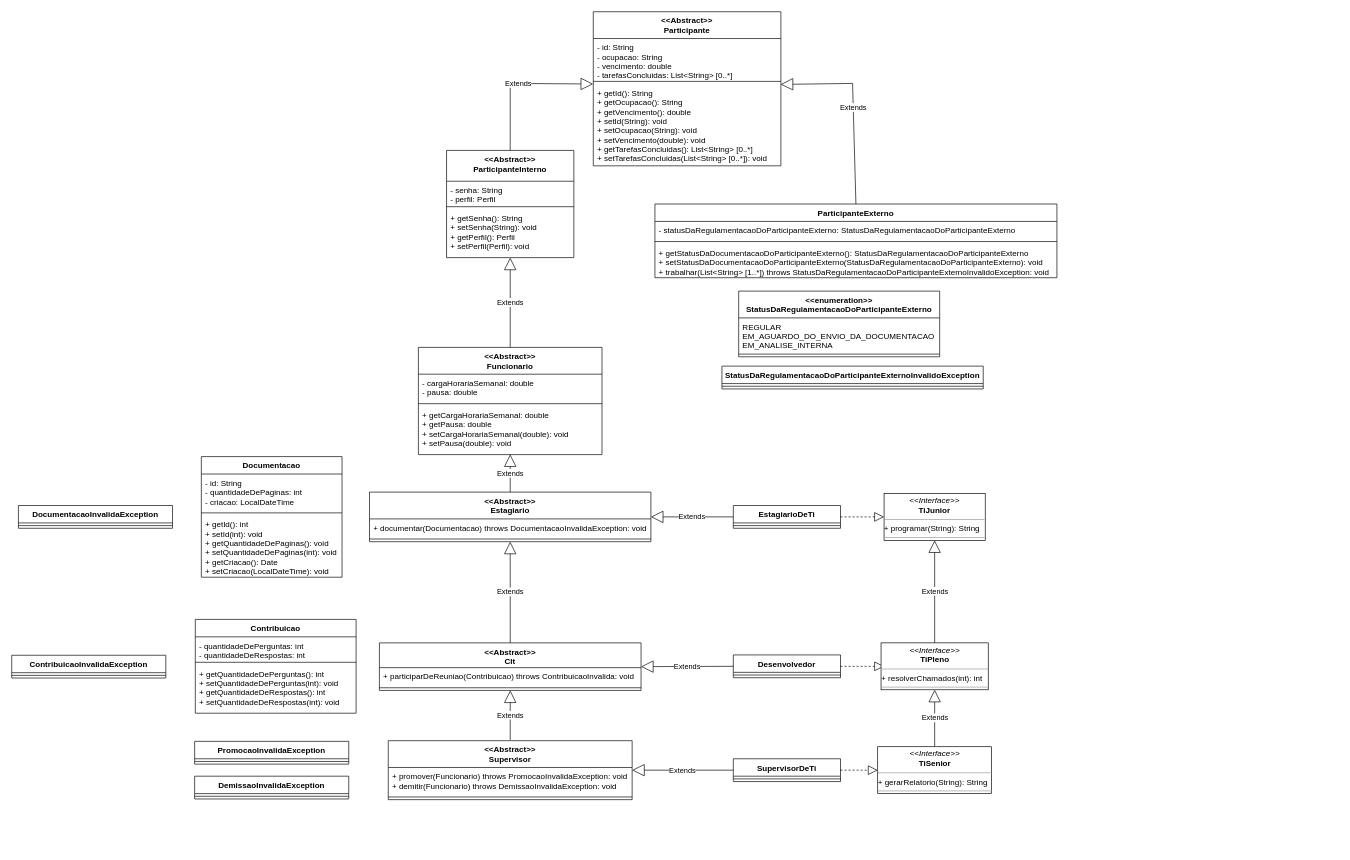
Above: erp.drawio in andre-alck/erp (draw.io), before the change. Source tidied: cells renumbered, new cells numbered last; positions are measured from the earlier drawing's top-left corner, leaving out a move shared by most shapes. Both pictures are drawn from the tidied source at 67%, with x=0, y=0 at pixel (11, 11).
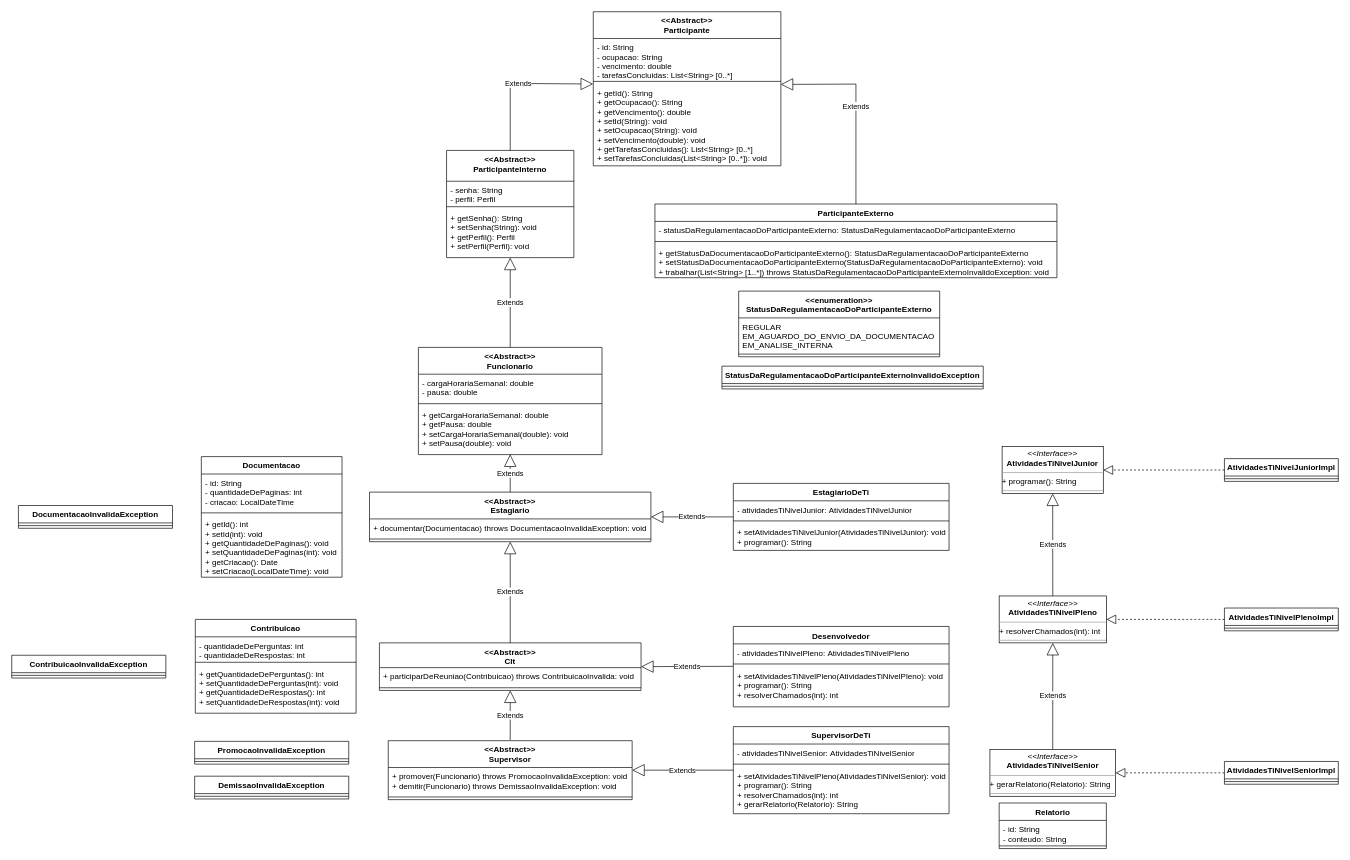
The same page after the edit.

Commit message (it also covers changes not shown here):
docs: update diagrama de classes; add design pattern strategy

Unchanged cells that the change refers to:
```xml
<mxCell id="6" value="+ getId(): String&#10;+ getOcupacao(): String&#10;+ getVencimento(): double&#10;+ setId(String): void&#10;+ setOcupacao(String): void&#10;+ setVencimento(double): void&#10;+ getTarefasConcluidas(): List&lt;String&gt; [0..*]&#10;+ setTarefasConcluidas(List&lt;String&gt; [0..*]): void" style="text;strokeColor=none;fillColor=none;align=left;verticalAlign=top;spacingLeft=4;spacingRight=4;overflow=hidden;points=[[0,0.5],[1,0.5]];portConstraint=eastwest;" parent="3" vertex="1">
  <mxGeometry y="108" width="280" height="122" as="geometry" />
</mxCell>
<mxCell id="19" value="ParticipanteExterno" style="swimlane;fontStyle=1;align=center;verticalAlign=top;horizontal=1;startSize=26;" parent="1" vertex="1">
  <mxGeometry x="960" y="287" width="600" height="110" as="geometry" />
</mxCell>
<mxCell id="26" value="&lt;&lt;Abstract&gt;&gt;&#10;Estagiario" style="swimlane;fontStyle=1;align=center;verticalAlign=top;horizontal=1;startSize=40;" parent="1" vertex="1">
  <mxGeometry x="534" y="717" width="420" height="74" as="geometry" />
</mxCell>
<mxCell id="42" value="&lt;&lt;Abstract&gt;&gt;&#10;Clt" style="swimlane;fontStyle=1;align=center;verticalAlign=top;horizontal=1;startSize=37;" parent="1" vertex="1">
  <mxGeometry x="548.8" y="942" width="390.5" height="71" as="geometry" />
</mxCell>
<mxCell id="47" value="&lt;&lt;Abstract&gt;&gt;&#10;Supervisor" style="swimlane;fontStyle=1;align=center;verticalAlign=top;horizontal=1;startSize=40;" parent="1" vertex="1">
  <mxGeometry x="562" y="1088" width="364" height="88" as="geometry" />
</mxCell>
```

What changed in the source:
```diff
@@
-    <mxCell id="2" parent="1" vertex="1">
-      <mxGeometry x="926.5" y="577" as="geometry" />
-    </mxCell>
@@
-    <mxCell id="30" value="EstagiarioDeTi" style="swimlane;fontStyle=1;align=center;verticalAlign=top;horizontal=1;startSize=26;" parent="1" vertex="1">
-      <mxGeometry x="1077" y="737" width="160" height="34" as="geometry" />
-    </mxCell>
-    <mxCell id="31" style="line;strokeWidth=1;fillColor=none;align=left;verticalAlign=middle;spacingTop=-1;spacingLeft=3;spacingRight=3;labelPosition=right;strokeColor=inherit;" parent="30" vertex="1">
-      <mxGeometry y="26" width="160" height="8" as="geometry" />
-    </mxCell>
-    <mxCell id="32" value="Extends" style="endArrow=block;endSize=16;endFill=0;html=1;rounded=0;exitX=0;exitY=0.5;exitDx=0;exitDy=0;entryX=1;entryY=0.5;entryDx=0;entryDy=0;" parent="1" edge="1" source="30" target="26">
-      <mxGeometry relative="1" as="geometry" />
+    <mxCell id="32" value="Extends" style="endArrow=block;endSize=16;endFill=0;html=1;rounded=0;exitX=0;exitY=0.5;exitDx=0;exitDy=0;entryX=1;entryY=0.5;entryDx=0;entryDy=0;" parent="1" edge="1" target="26">
+      <mxGeometry relative="1" as="geometry">
+        <mxPoint x="1077" y="754" as="sourcePoint" />
+      </mxGeometry>
     </mxCell>
-    <mxCell id="33" value="Desenvolvedor" style="swimlane;fontStyle=1;align=center;verticalAlign=top;horizontal=1;startSize=26;" parent="1" vertex="1">
-      <mxGeometry x="1077" y="960" width="160" height="34" as="geometry" />
-    </mxCell>
-    <mxCell id="34" style="line;strokeWidth=1;fillColor=none;align=left;verticalAlign=middle;spacingTop=-1;spacingLeft=3;spacingRight=3;labelPosition=right;strokeColor=inherit;" parent="33" vertex="1">
-      <mxGeometry y="26" width="160" height="8" as="geometry" />
-    </mxCell>
-    <mxCell id="35" style="endArrow=block;dashed=1;endFill=0;endSize=12;html=1;rounded=0;exitX=1;exitY=0.5;exitDx=0;exitDy=0;entryX=0;entryY=0.5;entryDx=0;entryDy=0;" parent="1" edge="1" source="33">
-      <mxGeometry relative="1" as="geometry">
-        <mxPoint x="1302" y="977" as="targetPoint" />
-      </mxGeometry>
-    </mxCell>
-    <mxCell id="36" value="SupervisorDeTi" style="swimlane;fontStyle=1;align=center;verticalAlign=top;horizontal=1;startSize=26;" parent="1" vertex="1">
-      <mxGeometry x="1077" y="1115" width="160" height="34" as="geometry" />
-    </mxCell>
-    <mxCell id="37" style="line;strokeWidth=1;fillColor=none;align=left;verticalAlign=middle;spacingTop=-1;spacingLeft=3;spacingRight=3;labelPosition=right;strokeColor=inherit;" parent="36" vertex="1">
-      <mxGeometry y="26" width="160" height="8" as="geometry" />
-    </mxCell>
@@
-    <mxCell id="50" value="&lt;p style=&quot;margin:0px;margin-top:4px;text-align:center;&quot;&gt;&lt;i&gt;&amp;lt;&amp;lt;Interface&amp;gt;&amp;gt;&lt;/i&gt;&lt;br&gt;&lt;b style=&quot;border-color: var(--border-color);&quot;&gt;TiJunior&lt;/b&gt;&lt;br&gt;&lt;/p&gt;&lt;hr size=&quot;1&quot;&gt;+ programar(String): String&lt;br&gt;&lt;hr size=&quot;1&quot;&gt;&lt;p style=&quot;margin:0px;margin-left:4px;&quot;&gt;&lt;br&gt;&lt;/p&gt;" style="verticalAlign=top;align=left;overflow=fill;fontSize=12;fontFamily=Helvetica;html=1;" parent="1" vertex="1">
-      <mxGeometry x="1302" y="719" width="151" height="70" as="geometry" />
+    <mxCell id="50" value="&lt;p style=&quot;margin:0px;margin-top:4px;text-align:center;&quot;&gt;&lt;i&gt;&amp;lt;&amp;lt;Interface&amp;gt;&amp;gt;&lt;/i&gt;&lt;br&gt;&lt;b style=&quot;border-color: var(--border-color);&quot;&gt;AtividadesTiNivelJunior&lt;/b&gt;&lt;br&gt;&lt;/p&gt;&lt;hr size=&quot;1&quot;&gt;+ programar(): String&lt;br&gt;&lt;hr size=&quot;1&quot;&gt;&lt;p style=&quot;margin:0px;margin-left:4px;&quot;&gt;&lt;br&gt;&lt;/p&gt;" style="verticalAlign=top;align=left;overflow=fill;fontSize=12;fontFamily=Helvetica;html=1;" parent="1" vertex="1">
+      <mxGeometry x="1478.2" y="649" width="151" height="70" as="geometry" />
     </mxCell>
-    <mxCell id="51" style="endArrow=block;dashed=1;endFill=0;endSize=12;html=1;rounded=0;exitX=1;exitY=0.5;exitDx=0;exitDy=0;entryX=0;entryY=0.5;entryDx=0;entryDy=0;" parent="1" edge="1" source="30" target="50">
-      <mxGeometry relative="1" as="geometry" />
-    </mxCell>
-    <mxCell id="52" value="&lt;p style=&quot;margin:0px;margin-top:4px;text-align:center;&quot;&gt;&lt;i&gt;&amp;lt;&amp;lt;Interface&amp;gt;&amp;gt;&lt;/i&gt;&lt;br&gt;&lt;b style=&quot;border-color: var(--border-color);&quot;&gt;TiPleno&lt;/b&gt;&lt;br&gt;&lt;/p&gt;&lt;hr size=&quot;1&quot;&gt;+ resolverChamados(int): int&lt;br&gt;&lt;hr size=&quot;1&quot;&gt;&lt;p style=&quot;margin:0px;margin-left:4px;&quot;&gt;&lt;br&gt;&lt;/p&gt;" style="verticalAlign=top;align=left;overflow=fill;fontSize=12;fontFamily=Helvetica;html=1;" parent="1" vertex="1">
-      <mxGeometry x="1297.5" y="942" width="160" height="70" as="geometry" />
+    <mxCell id="52" value="&lt;p style=&quot;margin:0px;margin-top:4px;text-align:center;&quot;&gt;&lt;i&gt;&amp;lt;&amp;lt;Interface&amp;gt;&amp;gt;&lt;/i&gt;&lt;br&gt;&lt;b style=&quot;border-color: var(--border-color);&quot;&gt;AtividadesTiNivelPleno&lt;/b&gt;&lt;br&gt;&lt;/p&gt;&lt;hr size=&quot;1&quot;&gt;+ resolverChamados(int): int&lt;br&gt;&lt;hr size=&quot;1&quot;&gt;&lt;p style=&quot;margin:0px;margin-left:4px;&quot;&gt;&lt;br&gt;&lt;/p&gt;" style="verticalAlign=top;align=left;overflow=fill;fontSize=12;fontFamily=Helvetica;html=1;" parent="1" vertex="1">
+      <mxGeometry x="1473.8" y="872" width="160" height="70" as="geometry" />
     </mxCell>
-    <mxCell id="53" value="&lt;p style=&quot;margin:0px;margin-top:4px;text-align:center;&quot;&gt;&lt;i&gt;&amp;lt;&amp;lt;Interface&amp;gt;&amp;gt;&lt;/i&gt;&lt;br&gt;&lt;b style=&quot;border-color: var(--border-color);&quot;&gt;TiSenior&lt;/b&gt;&lt;br&gt;&lt;/p&gt;&lt;hr size=&quot;1&quot;&gt;+ gerarRelatorio(String): String&lt;br&gt;&lt;hr size=&quot;1&quot;&gt;&lt;p style=&quot;margin:0px;margin-left:4px;&quot;&gt;&lt;br&gt;&lt;/p&gt;" style="verticalAlign=top;align=left;overflow=fill;fontSize=12;fontFamily=Helvetica;html=1;" parent="1" vertex="1">
-      <mxGeometry x="1292.5" y="1097" width="170" height="70" as="geometry" />
+    <mxCell id="53" value="&lt;p style=&quot;margin:0px;margin-top:4px;text-align:center;&quot;&gt;&lt;i&gt;&amp;lt;&amp;lt;Interface&amp;gt;&amp;gt;&lt;/i&gt;&lt;br&gt;&lt;b style=&quot;border-color: var(--border-color);&quot;&gt;AtividadesTiNivelSenior&lt;/b&gt;&lt;br&gt;&lt;/p&gt;&lt;hr size=&quot;1&quot;&gt;+ gerarRelatorio(Relatorio): String&lt;br&gt;&lt;hr size=&quot;1&quot;&gt;&lt;p style=&quot;margin:0px;margin-left:4px;&quot;&gt;&lt;br&gt;&lt;/p&gt;" style="verticalAlign=top;align=left;overflow=fill;fontSize=12;fontFamily=Helvetica;html=1;" parent="1" vertex="1">
+      <mxGeometry x="1460" y="1101" width="187.5" height="70" as="geometry" />
     </mxCell>
-    <mxCell id="54" style="endArrow=block;dashed=1;endFill=0;endSize=12;html=1;rounded=0;exitX=1;exitY=0.5;exitDx=0;exitDy=0;entryX=0;entryY=0.5;entryDx=0;entryDy=0;" parent="1" edge="1" source="36" target="53">
-      <mxGeometry relative="1" as="geometry" />
-    </mxCell>
@@
-    <mxCell id="59" value="Extends" style="endArrow=block;endSize=16;endFill=0;html=1;rounded=0;entryX=1;entryY=0.5;entryDx=0;entryDy=0;exitX=0;exitY=0.5;exitDx=0;exitDy=0;" parent="1" edge="1" source="33" target="42">
-      <mxGeometry relative="1" as="geometry" />
+    <mxCell id="59" value="Extends" style="endArrow=block;endSize=16;endFill=0;html=1;rounded=0;entryX=1;entryY=0.5;entryDx=0;entryDy=0;exitX=0;exitY=0.5;exitDx=0;exitDy=0;" parent="1" edge="1" target="42">
+      <mxGeometry relative="1" as="geometry">
+        <mxPoint x="1077" y="977" as="sourcePoint" />
+      </mxGeometry>
     </mxCell>
@@
     <mxCell id="62" value="Extends" style="endArrow=block;endSize=16;endFill=0;html=1;rounded=0;exitX=0.5;exitY=0;exitDx=0;exitDy=0;entryX=0.999;entryY=0.004;entryDx=0;entryDy=0;entryPerimeter=0;" parent="1" edge="1" source="19" target="6">
       <mxGeometry relative="1" as="geometry">
         <Array as="points">
-          <mxPoint x="1255" y="107" />
+          <mxPoint x="1260" y="108" />
         </Array>
       </mxGeometry>
     </mxCell>
@@
-    <mxCell id="69" value="Extends" style="endArrow=block;endSize=16;endFill=0;html=1;rounded=0;exitX=0;exitY=0.5;exitDx=0;exitDy=0;entryX=1;entryY=0.5;entryDx=0;entryDy=0;" parent="1" edge="1" source="36" target="47">
-      <mxGeometry relative="1" as="geometry" />
+    <mxCell id="69" value="Extends" style="endArrow=block;endSize=16;endFill=0;html=1;rounded=0;exitX=0;exitY=0.5;exitDx=0;exitDy=0;entryX=1;entryY=0.5;entryDx=0;entryDy=0;" parent="1" edge="1" target="47">
+      <mxGeometry relative="1" as="geometry">
+        <mxPoint x="1077" y="1132" as="sourcePoint" />
+      </mxGeometry>
     </mxCell>
@@
+    <mxCell id="30" value="EstagiarioDeTi" style="swimlane;fontStyle=1;align=center;verticalAlign=top;horizontal=1;startSize=26;whiteSpace=wrap;html=1;" parent="1" vertex="1">
+      <mxGeometry x="1077" y="704" width="322" height="100" as="geometry" />
+    </mxCell>
+    <mxCell id="72" value="-&amp;nbsp;atividadesTiNivelJunior:&amp;nbsp;AtividadesTiNivelJunior" style="text;strokeColor=none;fillColor=none;align=left;verticalAlign=top;spacingLeft=4;spacingRight=4;overflow=hidden;whiteSpace=wrap;html=1;" parent="30" vertex="1">
+      <mxGeometry y="26" width="322" height="26" as="geometry" />
+    </mxCell>
+    <mxCell id="73" style="line;strokeWidth=1;fillColor=none;align=left;verticalAlign=middle;spacingTop=-1;spacingLeft=3;spacingRight=3;labelPosition=right;strokeColor=inherit;" parent="30" vertex="1">
+      <mxGeometry y="52" width="322" height="8" as="geometry" />
+    </mxCell>
+    <mxCell id="74" value="+&amp;nbsp;setAtividadesTiNivelJunior&lt;span style=&quot;background-color: initial;&quot;&gt;(AtividadesTiNivelJunior): void&lt;br&gt;+ programar(): String&lt;br&gt;&lt;/span&gt;" style="text;strokeColor=none;fillColor=none;align=left;verticalAlign=top;spacingLeft=4;spacingRight=4;overflow=hidden;whiteSpace=wrap;html=1;" parent="30" vertex="1">
+      <mxGeometry y="60" width="322" height="40" as="geometry" />
+    </mxCell>
+    <mxCell id="75" value="AtividadesTiNivelJuniorImpl" style="swimlane;fontStyle=1;align=center;verticalAlign=top;horizontal=1;startSize=26;whiteSpace=wrap;html=1;" parent="1" vertex="1">
+      <mxGeometry x="1810" y="667" width="170" height="34" as="geometry" />
+    </mxCell>
+    <mxCell id="76" style="line;strokeWidth=1;fillColor=none;align=left;verticalAlign=middle;spacingTop=-1;spacingLeft=3;spacingRight=3;labelPosition=right;strokeColor=inherit;" parent="75" vertex="1">
+      <mxGeometry y="26" width="170" height="8" as="geometry" />
+    </mxCell>
+    <mxCell id="77" style="endArrow=block;dashed=1;endFill=0;endSize=12;html=1;rounded=0;entryX=1;entryY=0.5;entryDx=0;entryDy=0;" parent="1" edge="1" target="50">
+      <mxGeometry relative="1" as="geometry">
+        <mxPoint x="1810" y="684" as="sourcePoint" />
+      </mxGeometry>
+    </mxCell>
+    <mxCell id="78" value="AtividadesTiNivelPlenoImpl" style="swimlane;fontStyle=1;align=center;verticalAlign=top;horizontal=1;startSize=26;whiteSpace=wrap;html=1;" parent="1" vertex="1">
+      <mxGeometry x="1810" y="890" width="170" height="34" as="geometry" />
+    </mxCell>
+    <mxCell id="79" style="line;strokeWidth=1;fillColor=none;align=left;verticalAlign=middle;spacingTop=-1;spacingLeft=3;spacingRight=3;labelPosition=right;strokeColor=inherit;" parent="78" vertex="1">
+      <mxGeometry y="26" width="170" height="8" as="geometry" />
+    </mxCell>
+    <mxCell id="80" style="endArrow=block;dashed=1;endFill=0;endSize=12;html=1;rounded=0;entryX=1;entryY=0.5;entryDx=0;entryDy=0;exitX=0;exitY=0.5;exitDx=0;exitDy=0;" parent="1" edge="1" source="78" target="52">
+      <mxGeometry relative="1" as="geometry" />
+    </mxCell>
+    <mxCell id="81" value="AtividadesTiNivelSeniorImpl" style="swimlane;fontStyle=1;align=center;verticalAlign=top;horizontal=1;startSize=26;whiteSpace=wrap;html=1;" parent="1" vertex="1">
+      <mxGeometry x="1810" y="1119" width="170" height="34" as="geometry" />
+    </mxCell>
+    <mxCell id="82" style="line;strokeWidth=1;fillColor=none;align=left;verticalAlign=middle;spacingTop=-1;spacingLeft=3;spacingRight=3;labelPosition=right;strokeColor=inherit;" parent="81" vertex="1">
+      <mxGeometry y="26" width="170" height="8" as="geometry" />
+    </mxCell>
+    <mxCell id="83" style="endArrow=block;dashed=1;endFill=0;endSize=12;html=1;rounded=0;exitX=0;exitY=0.5;exitDx=0;exitDy=0;entryX=1;entryY=0.5;entryDx=0;entryDy=0;" parent="1" edge="1" source="81" target="53">
+      <mxGeometry relative="1" as="geometry" />
+    </mxCell>
+    <mxCell id="33" value="Desenvolvedor" style="swimlane;fontStyle=1;align=center;verticalAlign=top;horizontal=1;startSize=26;whiteSpace=wrap;html=1;" parent="1" vertex="1">
+      <mxGeometry x="1077" y="917.5" width="322" height="120" as="geometry" />
+    </mxCell>
+    <mxCell id="84" value="-&amp;nbsp;atividadesTiNivelPleno:&amp;nbsp;AtividadesTiNivelPleno" style="text;strokeColor=none;fillColor=none;align=left;verticalAlign=top;spacingLeft=4;spacingRight=4;overflow=hidden;whiteSpace=wrap;html=1;" parent="33" vertex="1">
+      <mxGeometry y="26" width="322" height="26" as="geometry" />
+    </mxCell>
+    <mxCell id="85" style="line;strokeWidth=1;fillColor=none;align=left;verticalAlign=middle;spacingTop=-1;spacingLeft=3;spacingRight=3;labelPosition=right;strokeColor=inherit;" parent="33" vertex="1">
+      <mxGeometry y="52" width="322" height="8" as="geometry" />
+    </mxCell>
+    <mxCell id="86" value="+&amp;nbsp;setAtividadesTiNivelPleno(AtividadesTiNivelPleno&lt;span style=&quot;background-color: initial;&quot;&gt;): void&lt;br&gt;+ programar(): String&lt;br&gt;+ resolverChamados(int): int&lt;br&gt;&lt;/span&gt;" style="text;strokeColor=none;fillColor=none;align=left;verticalAlign=top;spacingLeft=4;spacingRight=4;overflow=hidden;whiteSpace=wrap;html=1;" parent="33" vertex="1">
+      <mxGeometry y="60" width="322" height="60" as="geometry" />
+    </mxCell>
+    <mxCell id="36" value="SupervisorDeTi" style="swimlane;fontStyle=1;align=center;verticalAlign=top;horizontal=1;startSize=26;whiteSpace=wrap;html=1;" parent="1" vertex="1">
+      <mxGeometry x="1077" y="1067" width="322" height="130" as="geometry" />
+    </mxCell>
+    <mxCell id="87" value="-&amp;nbsp;atividadesTiNivelSenior:&amp;nbsp;AtividadesTiNivelSenior" style="text;strokeColor=none;fillColor=none;align=left;verticalAlign=top;spacingLeft=4;spacingRight=4;overflow=hidden;whiteSpace=wrap;html=1;" parent="36" vertex="1">
+      <mxGeometry y="26" width="322" height="26" as="geometry" />
+    </mxCell>
+    <mxCell id="88" style="line;strokeWidth=1;fillColor=none;align=left;verticalAlign=middle;spacingTop=-1;spacingLeft=3;spacingRight=3;labelPosition=right;strokeColor=inherit;" parent="36" vertex="1">
+      <mxGeometry y="52" width="322" height="8" as="geometry" />
+    </mxCell>
+    <mxCell id="89" value="+&amp;nbsp;setAtividadesTiNivelPleno(AtividadesTiNivelSenior&lt;span style=&quot;background-color: initial;&quot;&gt;): void&lt;br&gt;+ programar(): String&lt;br&gt;+ resolverChamados(int): int&lt;br&gt;+ gerarRelatorio(Relatorio): String&lt;br&gt;&lt;/span&gt;" style="text;strokeColor=none;fillColor=none;align=left;verticalAlign=top;spacingLeft=4;spacingRight=4;overflow=hidden;whiteSpace=wrap;html=1;" parent="36" vertex="1">
+      <mxGeometry y="60" width="322" height="70" as="geometry" />
+    </mxCell>
+    <mxCell id="90" value="Relatorio" style="swimlane;fontStyle=1;align=center;verticalAlign=top;horizontal=1;startSize=26;whiteSpace=wrap;html=1;" parent="1" vertex="1">
+      <mxGeometry x="1473.8" y="1181" width="160" height="68" as="geometry" />
+    </mxCell>
+    <mxCell id="91" value="- id: String&lt;br&gt;- conteudo: String" style="text;strokeColor=none;fillColor=none;align=left;verticalAlign=top;spacingLeft=4;spacingRight=4;overflow=hidden;whiteSpace=wrap;html=1;" parent="90" vertex="1">
+      <mxGeometry y="26" width="160" height="34" as="geometry" />
+    </mxCell>
+    <mxCell id="92" style="line;strokeWidth=1;fillColor=none;align=left;verticalAlign=middle;spacingTop=-1;spacingLeft=3;spacingRight=3;labelPosition=right;strokeColor=inherit;" parent="90" vertex="1">
+      <mxGeometry y="60" width="160" height="8" as="geometry" />
+    </mxCell>
```
